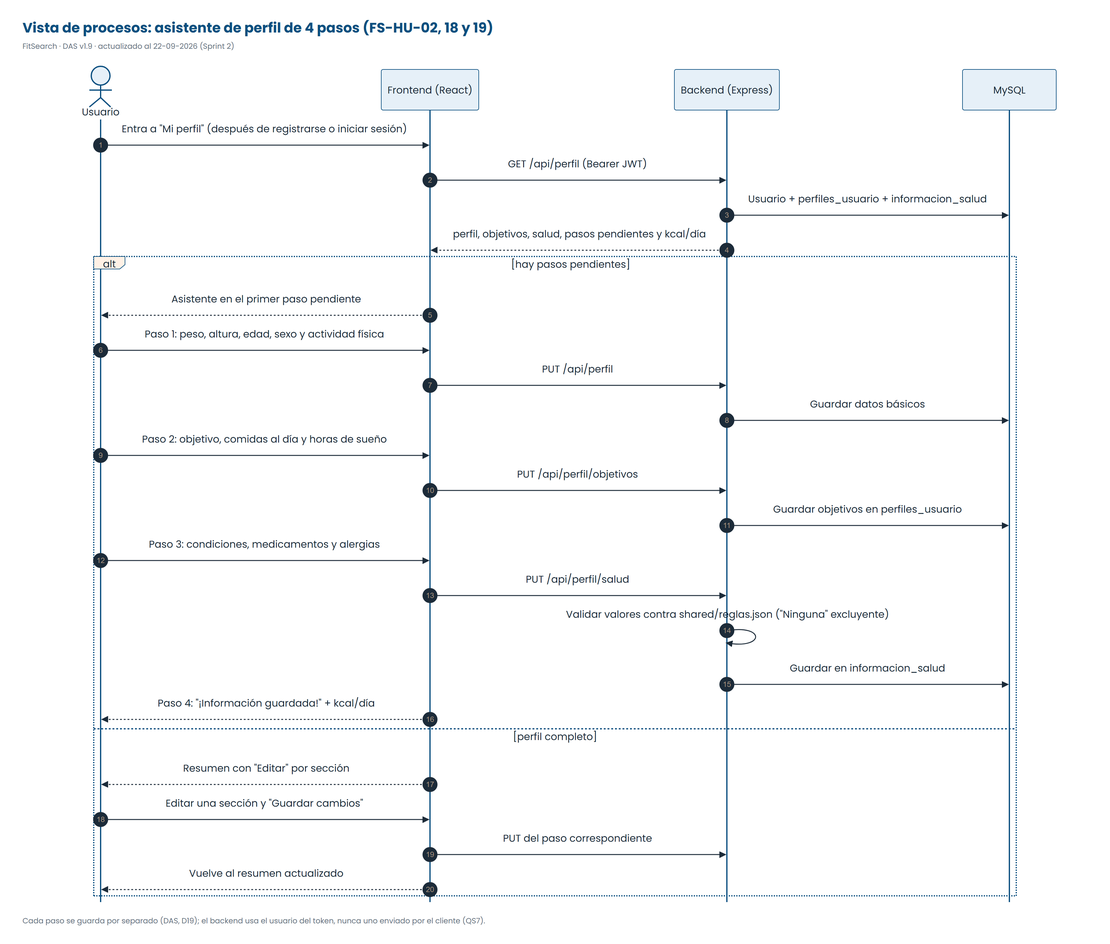
Above: FASE 2/Evidencias Proyecto/Evidencias de documentación/Diagramas (Miro)/Actualización Sprint 2/06_Secuencia_Asistente_Perfil.png in rodriacr/FitSeach (Mermaid), before the change. Its source is kept beside it as FASE 2/Evidencias Proyecto/Evidencias de documentación/Diagramas (Miro)/Actualización Sprint 2/06_Secuencia_Asistente_Perfil.mmd. Source of this version:
```mermaid
sequenceDiagram
  autonumber
  actor U as Usuario
  participant F as Frontend (React)
  participant B as Backend (Express)
  participant D as MySQL
  U->>F: Entra a "Mi perfil" (después de registrarse o iniciar sesión)
  F->>B: GET /api/perfil (Bearer JWT)
  B->>D: Usuario + perfiles_usuario + informacion_salud
  B-->>F: perfil, objetivos, salud, pasos pendientes y kcal/día
  alt hay pasos pendientes
    F-->>U: Asistente en el primer paso pendiente
    U->>F: Paso 1: peso, altura, edad, sexo y actividad física
    F->>B: PUT /api/perfil
    B->>D: Guardar datos básicos
    U->>F: Paso 2: objetivo, comidas al día y horas de sueño
    F->>B: PUT /api/perfil/objetivos
    B->>D: Guardar objetivos en perfiles_usuario
    U->>F: Paso 3: condiciones, medicamentos y alergias
    F->>B: PUT /api/perfil/salud
    B->>B: Validar valores contra shared/reglas.json ("Ninguna" excluyente)
    B->>D: Guardar en informacion_salud
    F-->>U: Paso 4: "¡Información guardada!" + kcal/día
  else perfil completo
    F-->>U: Resumen con "Editar" por sección
    U->>F: Editar una sección y "Guardar cambios"
    F->>B: PUT del paso correspondiente
    F-->>U: Vuelve al resumen actualizado
  end
```
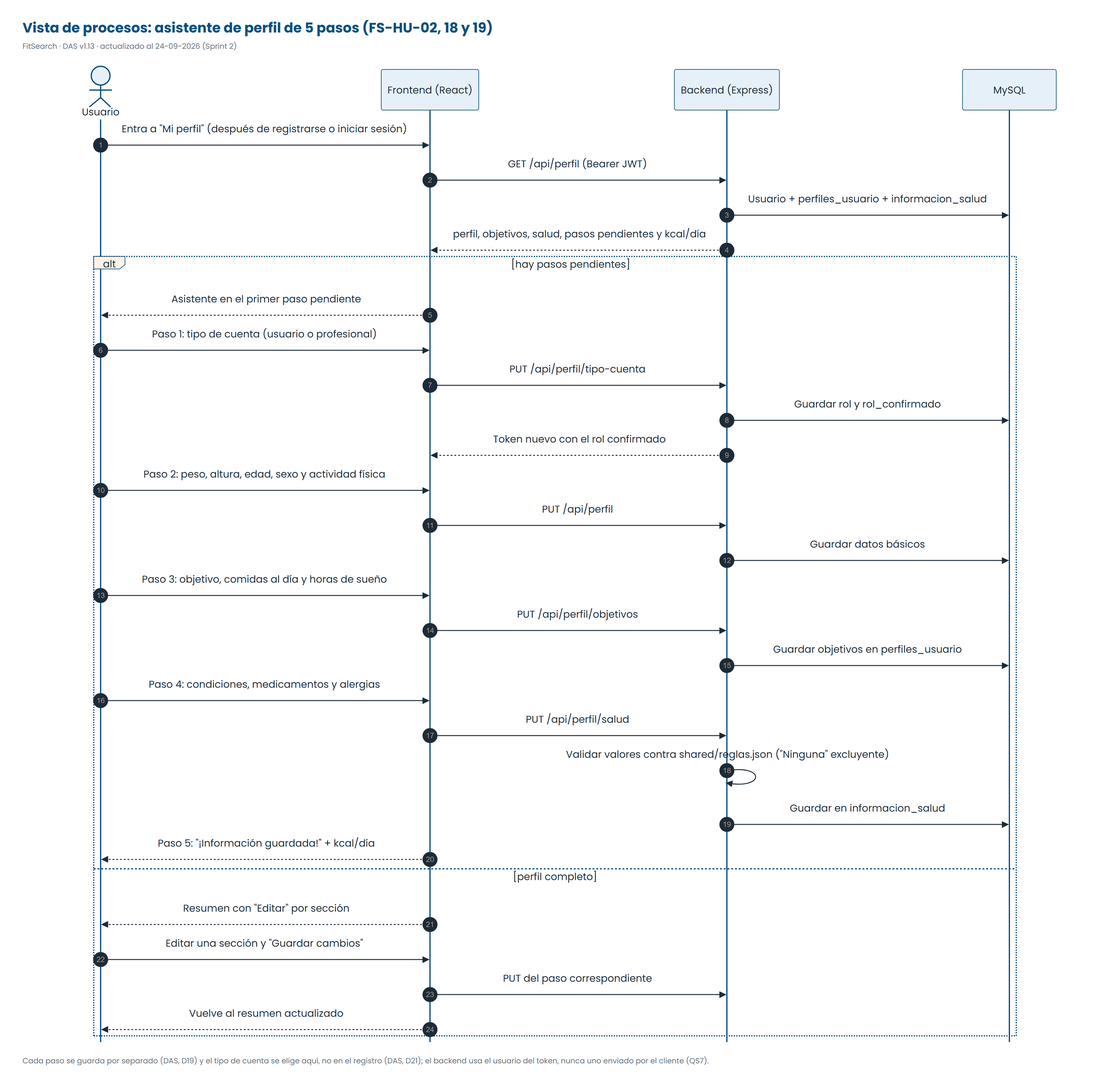
Later version of the same file.

The edit, as a diff of the source:
```diff
@@ -10,17 +10,21 @@
   B-->>F: perfil, objetivos, salud, pasos pendientes y kcal/día
   alt hay pasos pendientes
     F-->>U: Asistente en el primer paso pendiente
-    U->>F: Paso 1: peso, altura, edad, sexo y actividad física
+    U->>F: Paso 1: tipo de cuenta (usuario o profesional)
+    F->>B: PUT /api/perfil/tipo-cuenta
+    B->>D: Guardar rol y rol_confirmado
+    B-->>F: Token nuevo con el rol confirmado
+    U->>F: Paso 2: peso, altura, edad, sexo y actividad física
     F->>B: PUT /api/perfil
     B->>D: Guardar datos básicos
-    U->>F: Paso 2: objetivo, comidas al día y horas de sueño
+    U->>F: Paso 3: objetivo, comidas al día y horas de sueño
     F->>B: PUT /api/perfil/objetivos
     B->>D: Guardar objetivos en perfiles_usuario
-    U->>F: Paso 3: condiciones, medicamentos y alergias
+    U->>F: Paso 4: condiciones, medicamentos y alergias
     F->>B: PUT /api/perfil/salud
     B->>B: Validar valores contra shared/reglas.json ("Ninguna" excluyente)
     B->>D: Guardar en informacion_salud
-    F-->>U: Paso 4: "¡Información guardada!" + kcal/día
+    F-->>U: Paso 5: "¡Información guardada!" + kcal/día
   else perfil completo
     F-->>U: Resumen con "Editar" por sección
     U->>F: Editar una sección y "Guardar cambios"
```
